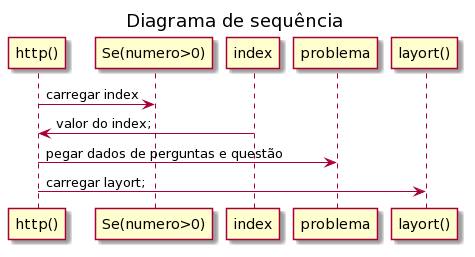
Above: documentos/imagens/etapa 2/diagrama de sequência-final do quiz.png in guimaraesprogramador/Apresentar-a-Peste-negra-na-europa (PlantUML), before the change.
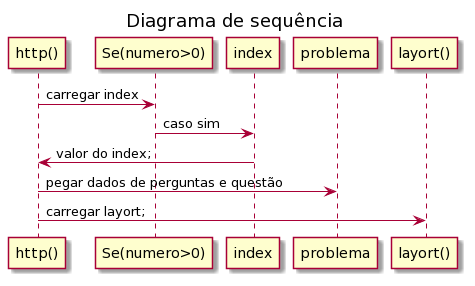
After the change.

Change to the diagram source:
```diff
@@ -2,6 +2,7 @@
 title Diagrama de sequência
 
 "http()"->"Se(numero>0)":carregar index
+"Se(numero>0)"->"index": caso sim
 "index"->"http()": valor do index;
 "http()"->"problema":pegar dados de perguntas e questão
 "http()"->"layort()": carregar layort;
```
